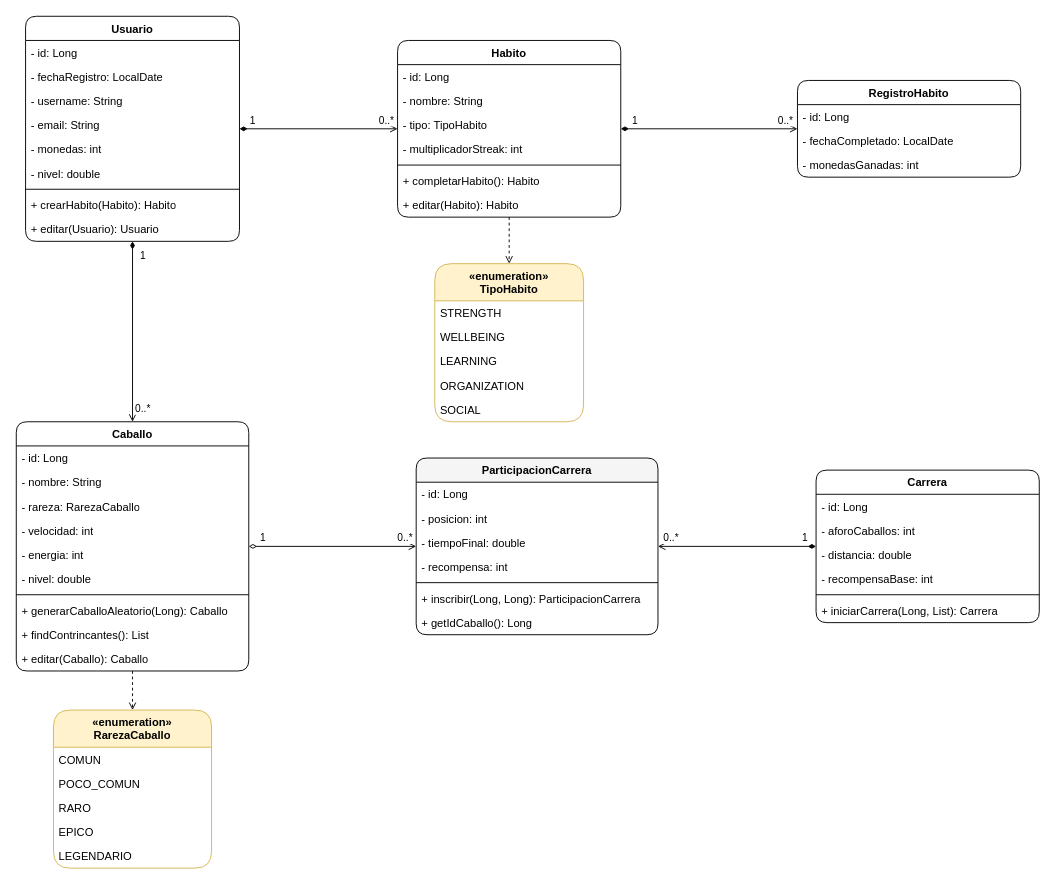
Before: diagrama-uml.drawio in marioroag/proyecto-final-daw, a draw.io diagram. Source tidied: cells renumbered, new cells numbered last; positions are measured from the earlier drawing's top-left corner, leaving out a move shared by most shapes. Both pictures are drawn from the tidied source at 93%, with x=0, y=0 at pixel (16, 16).
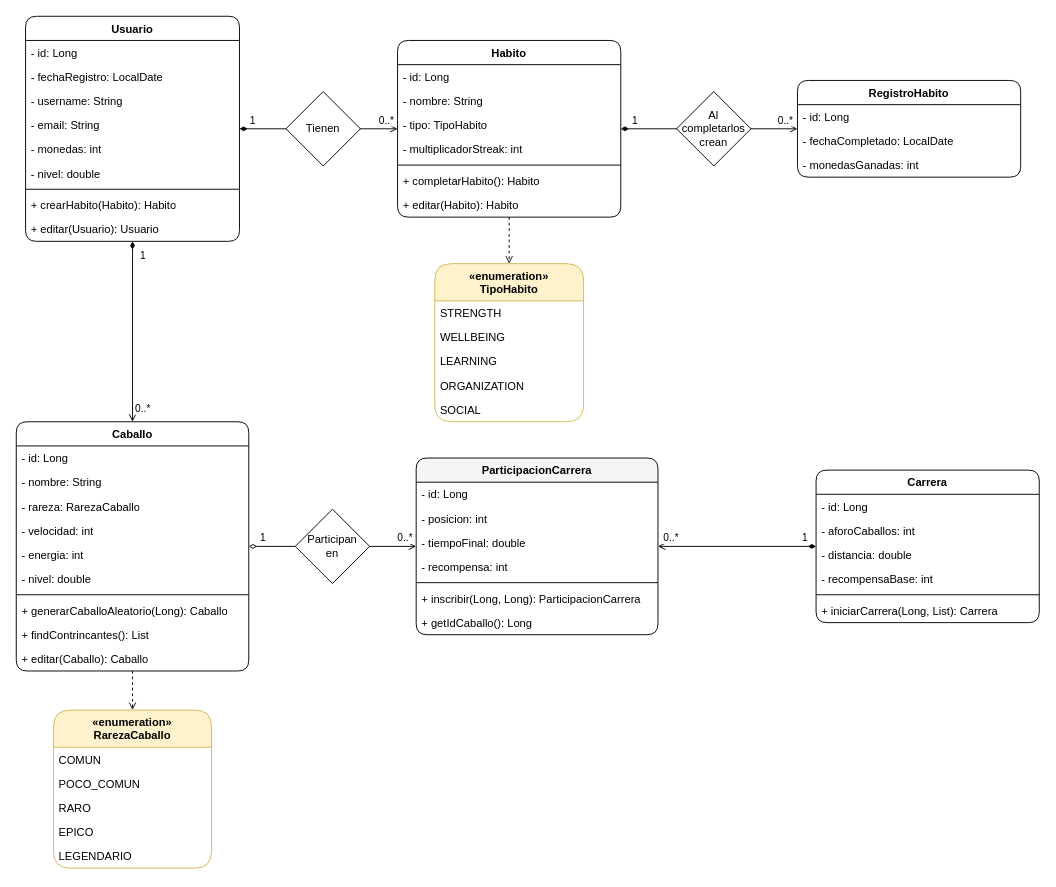
After the change.

Commit message (it also covers changes not shown here):
feat: mejorado diagrama UML

What changed in the source:
```diff
@@
+    <mxCell id="79" value="Tienen" style="rhombus;whiteSpace=wrap;html=1;" parent="1" vertex="1">
+      <mxGeometry x="290" y="81" width="80" height="80" as="geometry" />
+    </mxCell>
+    <mxCell id="80" value="Al completarlos crean" style="rhombus;whiteSpace=wrap;html=1;" parent="1" vertex="1">
+      <mxGeometry x="710" y="81" width="80" height="80" as="geometry" />
+    </mxCell>
+    <mxCell id="81" value="Participan&lt;div&gt;en&lt;/div&gt;" style="rhombus;whiteSpace=wrap;html=1;" parent="1" vertex="1">
+      <mxGeometry x="300" y="530" width="80" height="80" as="geometry" />
+    </mxCell>
```
